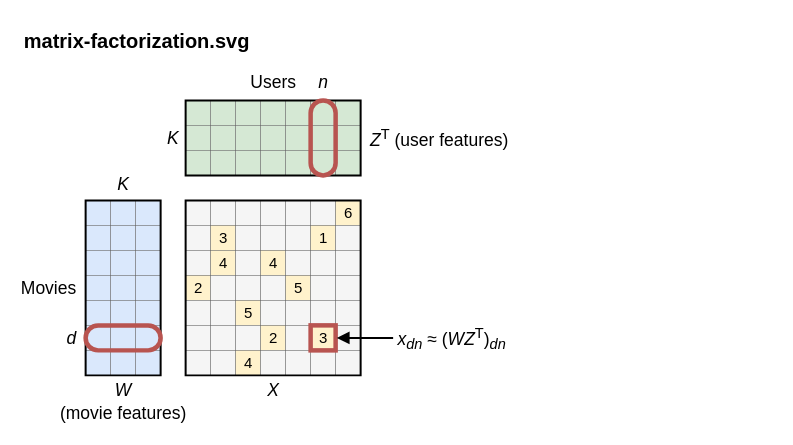
brunomaga/brunomaga.github.io keeps this draw.io diagram as assets/linear-regression-matrix-factorization/linear-regression-matrix-factorization.drawio. Above is the earlier version. Source tidied: cells renumbered, new cells numbered last; positions are measured from the earlier drawing's top-left corner, leaving out a move shared by most shapes. Both pictures are drawn from the tidied source at 125%, with x=0, y=0 at pixel (21, 21).
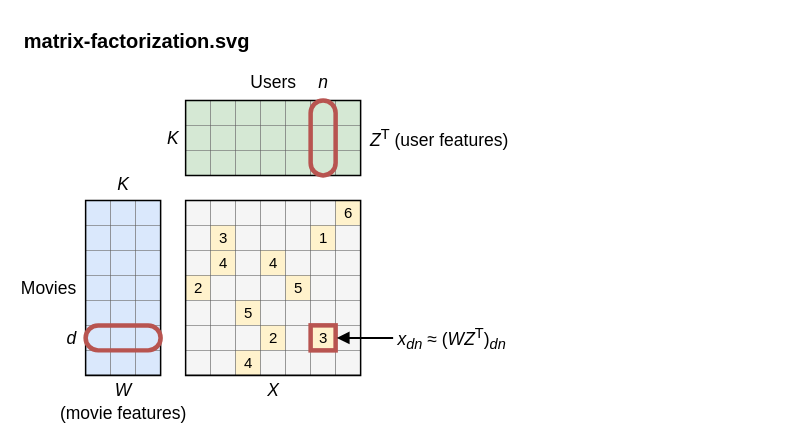
After the change.

The change refers to these unchanged cells:
```xml
<mxCell id="3" style="group;fontFamily=Source Sans 3;" parent="1" vertex="1">
  <mxGeometry y="40" width="393.4" height="281.7" as="geometry" />
</mxCell>
```

The edit, as a diff of the source:
```diff
@@
-    <mxCell id="95" style="endArrow=none;startArrow=none;html=1;rounded=0;strokeColor=#000000;strokeWidth=1.6;" parent="3" edge="1">
+    <mxCell id="95" style="endArrow=none;startArrow=none;html=1;rounded=0;strokeColor=#000000;strokeWidth=1.2;" parent="3" edge="1">
       <mxGeometry relative="1" as="geometry">
         <mxPoint x="51" y="102.8" as="sourcePoint" />
         <mxPoint x="111" y="102.8" as="targetPoint" />
         <Array as="points">
           <mxPoint x="111" y="102.8" />
           <mxPoint x="111" y="242.8" />
           <mxPoint x="51" y="242.8" />
           <mxPoint x="51" y="102.8" />
         </Array>
       </mxGeometry>
     </mxCell>
-    <mxCell id="96" style="endArrow=none;startArrow=none;html=1;rounded=0;strokeColor=#000000;strokeWidth=1.6;" parent="3" edge="1">
+    <mxCell id="96" style="endArrow=none;startArrow=none;html=1;rounded=0;strokeColor=#000000;strokeWidth=1.2;" parent="3" edge="1">
       <mxGeometry relative="1" as="geometry">
         <mxPoint x="131" y="22.8" as="sourcePoint" />
         <mxPoint x="271" y="22.8" as="targetPoint" />
         <Array as="points">
           <mxPoint x="271" y="22.8" />
           <mxPoint x="271" y="82.8" />
           <mxPoint x="131" y="82.8" />
           <mxPoint x="131" y="22.8" />
         </Array>
       </mxGeometry>
     </mxCell>
-    <mxCell id="97" style="endArrow=none;startArrow=none;html=1;rounded=0;strokeColor=#000000;strokeWidth=1.6;" parent="3" edge="1">
+    <mxCell id="97" style="endArrow=none;startArrow=none;html=1;rounded=0;strokeColor=#000000;strokeWidth=1.2;" parent="3" edge="1">
       <mxGeometry relative="1" as="geometry">
         <mxPoint x="131" y="102.8" as="sourcePoint" />
         <mxPoint x="271" y="102.8" as="targetPoint" />
         <Array as="points">
           <mxPoint x="271" y="102.8" />
           <mxPoint x="271" y="242.8" />
           <mxPoint x="131" y="242.8" />
           <mxPoint x="131" y="102.8" />
         </Array>
       </mxGeometry>
     </mxCell>
```
